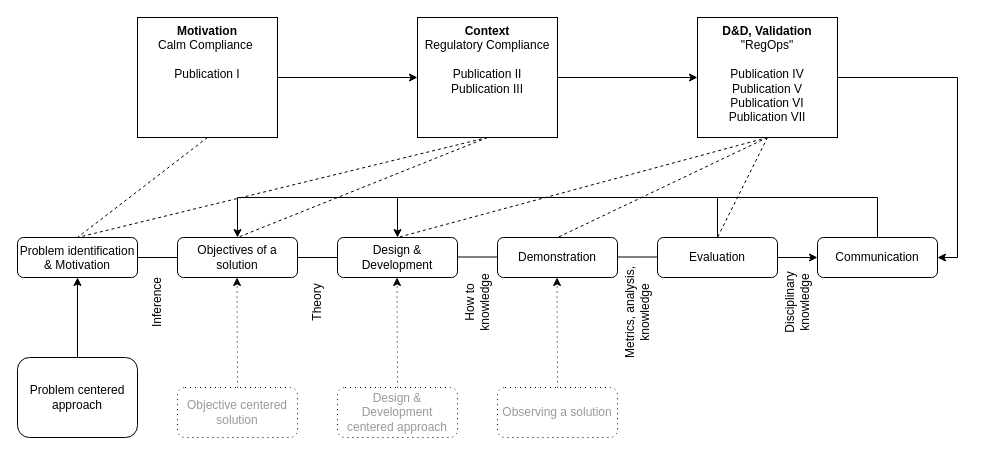
devgranlund/idea-settings keeps this draw.io diagram as dsrp_for_thesis_research.drawio. Above is the earlier version. Source tidied: cells renumbered, new cells numbered last; positions are measured from the earlier drawing's top-left corner, leaving out a move shared by most shapes. Both pictures are drawn from the tidied source at 100%, with x=0, y=0 at pixel (17, 17).
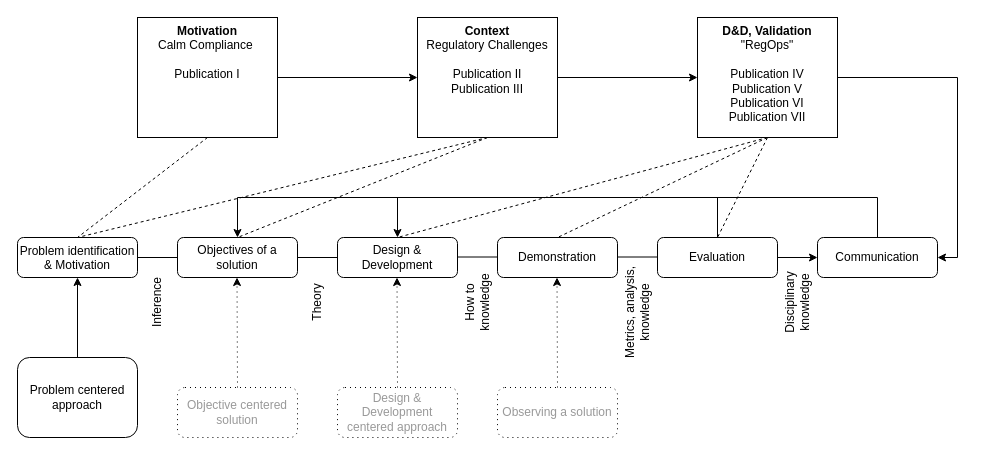
After the change.

Change to the diagram source:
```diff
@@
-    <mxCell id="38" value="&lt;b&gt;Context&lt;/b&gt;&lt;br&gt;Regulatory Compliance&lt;br&gt;&lt;br&gt;Publication II&lt;br&gt;Publication III" style="rounded=0;whiteSpace=wrap;html=1;verticalAlign=top;" parent="1" vertex="1">
+    <mxCell id="38" value="&lt;b&gt;Context&lt;/b&gt;&lt;br&gt;Regulatory Challenges&lt;br&gt;&lt;br&gt;Publication II&lt;br&gt;Publication III" style="rounded=0;whiteSpace=wrap;html=1;verticalAlign=top;" parent="1" vertex="1">
       <mxGeometry x="400" width="140" height="120" as="geometry" />
     </mxCell>
```
